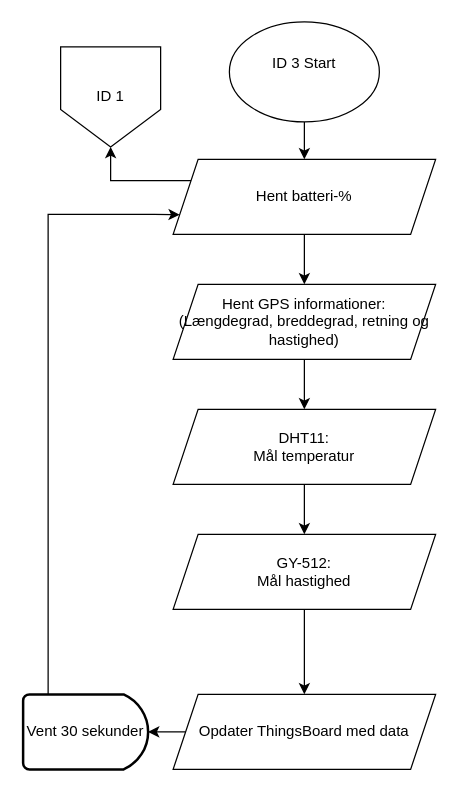
The draw.io diagram ID 03, P1/ID3 V1 Data til Thingsboard.drawio in KEA-E24-B9-IOT1/E24-B9-IoT1, before the edit. Source tidied: cells renumbered, new cells numbered last; positions are measured from the earlier drawing's top-left corner, leaving out a move shared by most shapes. Both pictures are drawn from the tidied source at 125%, with x=0, y=0 at pixel (22, 21).
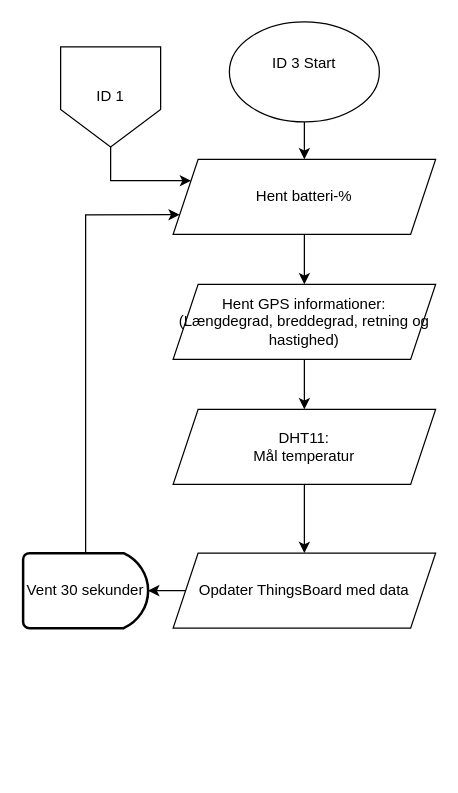
After the change.

Change to the diagram source:
```diff
@@
 <mxGraphModel>
   <root>
     <mxCell id="0" />
     <mxCell id="1" parent="0" />
     <mxCell id="2" style="edgeStyle=orthogonalEdgeStyle;rounded=0;jettySize=auto;html=1;" parent="1" edge="1" source="3" target="5">
       <mxGeometry relative="1" as="geometry" />
     </mxCell>
     <mxCell id="3" value="ID 3 Start&lt;div&gt;&lt;br&gt;&lt;/div&gt;" style="ellipse;whiteSpace=wrap;html=1;" parent="1" vertex="1">
       <mxGeometry x="165" width="120" height="80" as="geometry" />
     </mxCell>
-    <mxCell id="4" style="edgeStyle=orthogonalEdgeStyle;rounded=0;jettySize=auto;html=1;exitX=0;exitY=0.25;exitDx=0;exitDy=0;entryX=0.5;entryY=1;entryDx=0;entryDy=0;" parent="1" edge="1" source="5" target="9">
-      <mxGeometry relative="1" as="geometry" />
-    </mxCell>
     <mxCell id="5" value="Hent batteri-%" style="shape=parallelogram;perimeter=parallelogramPerimeter;whiteSpace=wrap;html=1;fixedSize=1;rounded=0;" parent="1" vertex="1">
       <mxGeometry x="120" y="110" width="210" height="60" as="geometry" />
     </mxCell>
-    <mxCell id="6" style="edgeStyle=orthogonalEdgeStyle;rounded=0;jettySize=auto;html=1;entryX=0;entryY=0.75;entryDx=0;entryDy=0;exitX=0.4;exitY=0;exitDx=0;exitDy=0;exitPerimeter=0;" parent="1" edge="1" target="5">
+    <mxCell id="6" style="edgeStyle=orthogonalEdgeStyle;rounded=0;jettySize=auto;html=1;entryX=0;entryY=0.75;entryDx=0;entryDy=0;exitX=0.5;exitY=0;exitDx=0;exitDy=0;exitPerimeter=0;" parent="1" edge="1" source="14" target="5">
       <mxGeometry relative="1" as="geometry">
-        <mxPoint x="20" y="548" as="sourcePoint" />
         <Array as="points">
-          <mxPoint x="20" y="154" />
-          <mxPoint x="105" y="154" />
+          <mxPoint x="50" y="154" />
         </Array>
       </mxGeometry>
     </mxCell>
-    <mxCell id="7" style="edgeStyle=orthogonalEdgeStyle;rounded=0;jettySize=auto;html=1;" parent="1" edge="1" source="8" target="13">
+    <mxCell id="7" style="edgeStyle=orthogonalEdgeStyle;rounded=0;jettySize=auto;html=1;entryX=0.5;entryY=0;entryDx=0;entryDy=0;" parent="1" edge="1" source="8" target="16">
       <mxGeometry relative="1" as="geometry" />
     </mxCell>
     <mxCell id="8" value="&lt;div&gt;DHT11:&lt;/div&gt;&lt;div&gt;Mål temperatur&lt;br&gt;&lt;/div&gt;" style="shape=parallelogram;perimeter=parallelogramPerimeter;whiteSpace=wrap;html=1;fixedSize=1;rounded=0;" parent="1" vertex="1">
       <mxGeometry x="120" y="310" width="210" height="60" as="geometry" />
     </mxCell>
+    <mxCell id="18" style="edgeStyle=orthogonalEdgeStyle;rounded=0;jettySize=auto;html=1;exitX=0.5;exitY=1;exitDx=0;exitDy=0;entryX=0;entryY=0.25;entryDx=0;entryDy=0;" parent="1" edge="1" source="9" target="5">
+      <mxGeometry relative="1" as="geometry">
+        <Array as="points">
+          <mxPoint x="70" y="127" />
+        </Array>
+      </mxGeometry>
+    </mxCell>
     <mxCell id="9" value="ID 1" style="shape=offPageConnector;whiteSpace=wrap;html=1;" parent="1" vertex="1">
       <mxGeometry x="30" y="20" width="80" height="80" as="geometry" />
     </mxCell>
     <mxCell id="10" style="edgeStyle=orthogonalEdgeStyle;rounded=0;jettySize=auto;html=1;" parent="1" edge="1" source="11" target="8">
       <mxGeometry relative="1" as="geometry" />
     </mxCell>
     <mxCell id="11" value="Hent GPS informationer:&lt;br&gt;(Længdegrad, breddegrad, retning og hastighed)" style="shape=parallelogram;perimeter=parallelogramPerimeter;whiteSpace=wrap;html=1;fixedSize=1;" parent="1" vertex="1">
       <mxGeometry x="120" y="210" width="210" height="60" as="geometry" />
     </mxCell>
-    <mxCell id="12" style="edgeStyle=orthogonalEdgeStyle;rounded=0;jettySize=auto;html=1;exitX=0.5;exitY=1;exitDx=0;exitDy=0;entryX=0.5;entryY=0;entryDx=0;entryDy=0;" parent="1" edge="1" source="13" target="16">
-      <mxGeometry relative="1" as="geometry" />
-    </mxCell>
-    <mxCell id="13" value="GY-512:&lt;br&gt;Mål hastighed" style="shape=parallelogram;perimeter=parallelogramPerimeter;whiteSpace=wrap;html=1;fixedSize=1;rounded=0;" parent="1" vertex="1">
-      <mxGeometry x="120" y="410" width="210" height="60" as="geometry" />
-    </mxCell>
     <mxCell id="14" value="Vent 30 sekunder" style="strokeWidth=2;html=1;shape=mxgraph.flowchart.delay;whiteSpace=wrap;" parent="1" vertex="1">
-      <mxGeometry y="538" width="100" height="60" as="geometry" />
+      <mxGeometry y="425" width="100" height="60" as="geometry" />
     </mxCell>
     <mxCell id="15" style="edgeStyle=orthogonalEdgeStyle;rounded=0;jettySize=auto;html=1;" parent="1" edge="1" source="5" target="11">
       <mxGeometry relative="1" as="geometry" />
     </mxCell>
     <mxCell id="16" value="Opdater ThingsBoard med data" style="shape=parallelogram;perimeter=parallelogramPerimeter;whiteSpace=wrap;html=1;fixedSize=1;rounded=0;" parent="1" vertex="1">
-      <mxGeometry x="120" y="538" width="210" height="60" as="geometry" />
+      <mxGeometry x="120" y="425" width="210" height="60" as="geometry" />
     </mxCell>
     <mxCell id="17" style="edgeStyle=orthogonalEdgeStyle;rounded=0;jettySize=auto;html=1;exitX=0;exitY=0.5;exitDx=0;exitDy=0;entryX=1;entryY=0.5;entryDx=0;entryDy=0;entryPerimeter=0;" parent="1" edge="1" source="16" target="14">
       <mxGeometry relative="1" as="geometry" />
     </mxCell>
   </root>
 </mxGraphModel>
```
